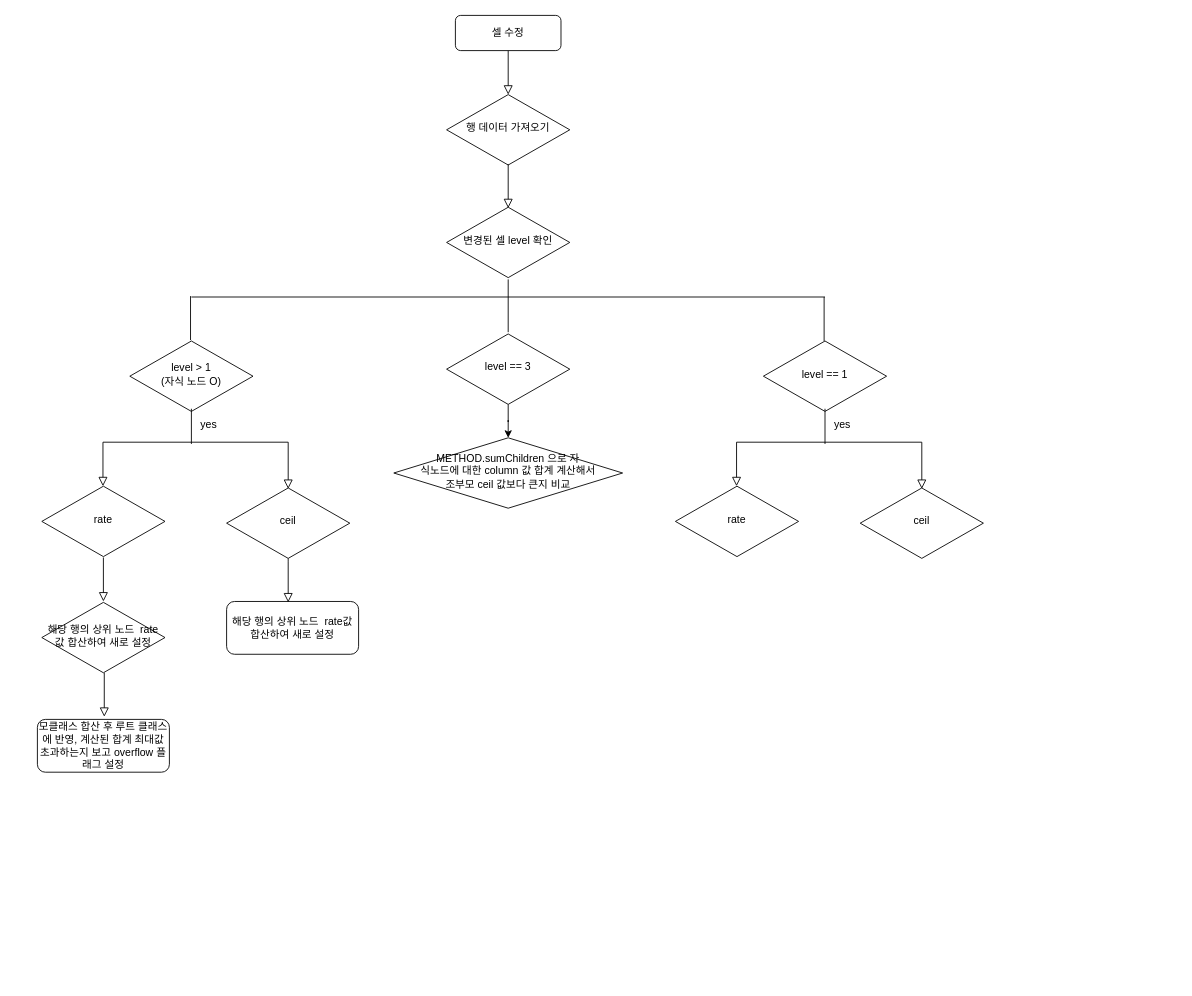
MJKOOTHEFIRST/local1 keeps this draw.io diagram as afterSaveCell.drawio. Above is the earlier version. Source tidied: cells renumbered, new cells numbered last; positions are measured from the earlier drawing's top-left corner, leaving out a move shared by most shapes. Both pictures are drawn from the tidied source at 88%, with x=0, y=0 at pixel (37, 15).
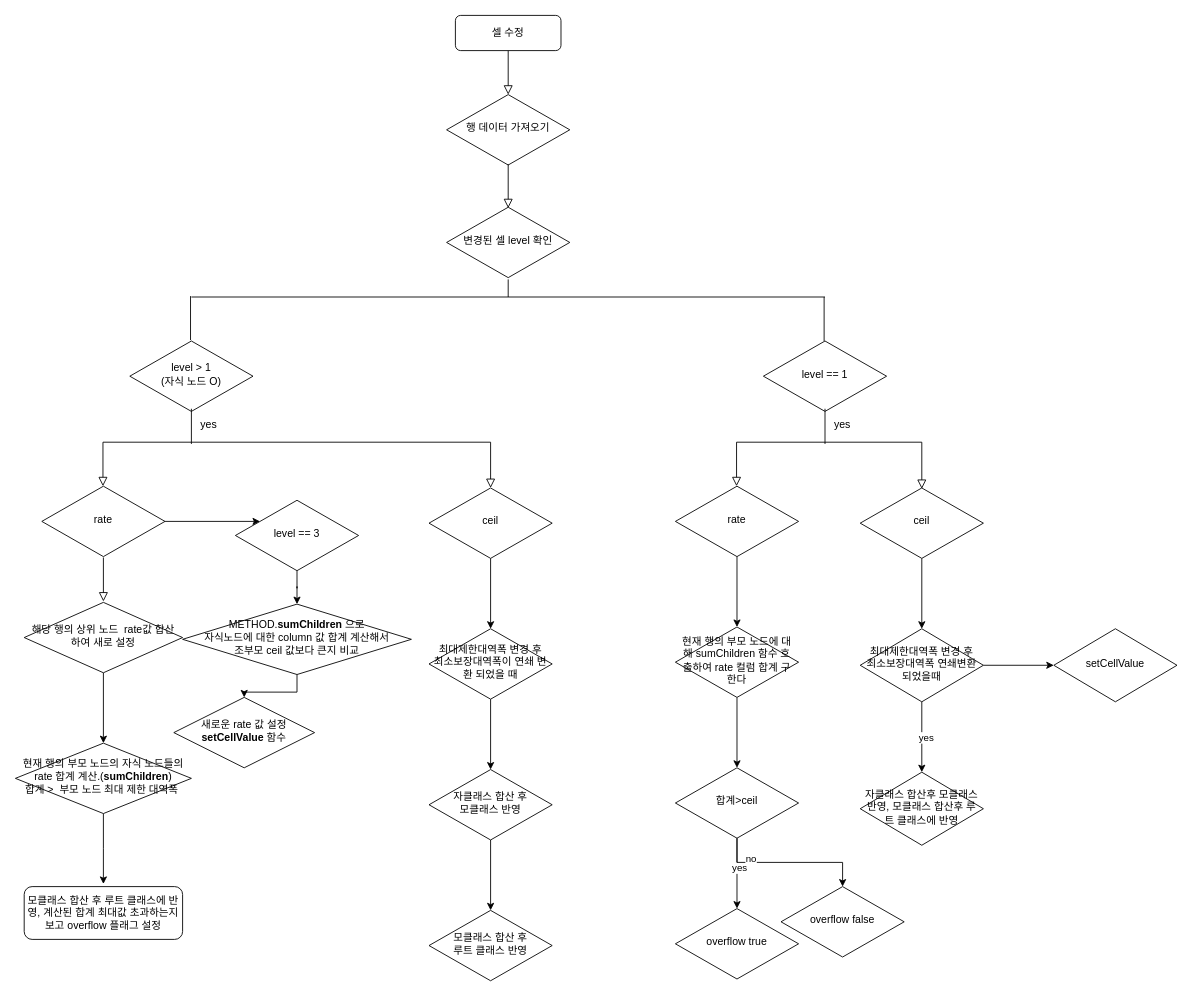
After the change.

The change refers to these unchanged cells:
```xml
<mxCell id="9" value="rate" style="rhombus;whiteSpace=wrap;html=1;shadow=0;fontFamily=Helvetica;fontSize=12;align=center;strokeWidth=1;spacing=6;spacingTop=-4;" parent="1" vertex="1">
  <mxGeometry x="5" y="535" width="140" height="80" as="geometry" />
</mxCell>
<mxCell id="23" value="rate" style="rhombus;whiteSpace=wrap;html=1;shadow=0;fontFamily=Helvetica;fontSize=12;align=center;strokeWidth=1;spacing=6;spacingTop=-4;" parent="1" vertex="1">
  <mxGeometry x="725" y="535" width="140" height="80" as="geometry" />
</mxCell>
<mxCell id="26" value="ceil" style="rhombus;whiteSpace=wrap;html=1;shadow=0;fontFamily=Helvetica;fontSize=12;align=center;strokeWidth=1;spacing=6;spacingTop=-4;" parent="1" vertex="1">
  <mxGeometry x="935" y="537" width="140" height="80" as="geometry" />
</mxCell>
```

The edit, as a diff of the source:
```diff
@@
+    <mxCell id="34" style="edgeStyle=orthogonalEdgeStyle;rounded=0;jettySize=auto;html=1;" parent="1" edge="1" source="9" target="19">
+      <mxGeometry relative="1" as="geometry">
+        <Array as="points">
+          <mxPoint x="225" y="570" />
+          <mxPoint x="225" y="570" />
+        </Array>
+      </mxGeometry>
+    </mxCell>
@@
-    <mxCell id="11" style="rounded=0;html=1;jettySize=auto;orthogonalLoop=1;fontSize=11;endArrow=block;endFill=0;endSize=8;strokeWidth=1;shadow=0;labelBackgroundColor=none;edgeStyle=orthogonalEdgeStyle;exitX=0.5;exitY=1;exitDx=0;exitDy=0;" parent="1" edge="1">
+    <mxCell id="11" style="rounded=0;html=1;jettySize=auto;fontSize=11;endArrow=block;endFill=0;endSize=8;strokeWidth=1;shadow=0;labelBackgroundColor=none;edgeStyle=orthogonalEdgeStyle;exitX=0.5;exitY=1;exitDx=0;exitDy=0;entryX=0.5;entryY=0;entryDx=0;entryDy=0;" parent="1" edge="1" target="12">
       <mxGeometry relative="1" as="geometry">
         <mxPoint x="175" y="485" as="sourcePoint" />
-        <mxPoint x="285" y="538" as="targetPoint" />
         <Array as="points">
-          <mxPoint x="285" y="485" />
+          <mxPoint x="515" y="485" />
         </Array>
       </mxGeometry>
     </mxCell>
+    <mxCell id="35" style="edgeStyle=orthogonalEdgeStyle;rounded=0;jettySize=auto;html=1;" parent="1" edge="1" source="12" target="59">
+      <mxGeometry relative="1" as="geometry" />
+    </mxCell>
     <mxCell id="12" value="ceil" style="rhombus;whiteSpace=wrap;html=1;shadow=0;fontFamily=Helvetica;fontSize=12;align=center;strokeWidth=1;spacing=6;spacingTop=-4;" parent="1" vertex="1">
-      <mxGeometry x="215" y="537" width="140" height="80" as="geometry" />
+      <mxGeometry x="445" y="537" width="140" height="80" as="geometry" />
     </mxCell>
@@
     <mxCell id="14" style="endArrow=none;html=1;rounded=0;" parent="1" edge="1">
       <mxGeometry relative="1" as="geometry">
-        <mxPoint x="535" y="360" as="sourcePoint" />
+        <mxPoint x="535" y="320" as="sourcePoint" />
         <mxPoint x="535" y="300" as="targetPoint" />
       </mxGeometry>
     </mxCell>
@@
     <mxCell id="19" value="level == 3" style="rhombus;whiteSpace=wrap;html=1;shadow=0;fontFamily=Helvetica;fontSize=12;align=center;strokeWidth=1;spacing=6;spacingTop=-4;" parent="1" vertex="1">
-      <mxGeometry x="465" y="362" width="140" height="80" as="geometry" />
+      <mxGeometry x="225" y="551" width="140" height="80" as="geometry" />
     </mxCell>
+    <mxCell id="36" style="edgeStyle=orthogonalEdgeStyle;rounded=0;jettySize=auto;html=1;" parent="1" edge="1" source="20" target="40">
+      <mxGeometry relative="1" as="geometry" />
+    </mxCell>
-    <mxCell id="20" value="METHOD.sumChildren 으로 자&lt;br&gt;식노드에 대한 column 값 합계 계산해서 &lt;br&gt;조부모 ceil 값보다 큰지 비교" style="rhombus;whiteSpace=wrap;html=1;shadow=0;fontFamily=Helvetica;fontSize=12;align=center;strokeWidth=1;spacing=6;spacingTop=-4;" parent="1" vertex="1">
-      <mxGeometry x="405" y="480" width="260" height="80" as="geometry" />
+    <mxCell id="20" value="METHOD.&lt;b&gt;sumChildren&lt;/b&gt; 으로 &lt;br&gt;자식노드에 대한 column 값 합계 계산해서 &lt;br&gt;조부모 ceil 값보다 큰지 비교" style="rhombus;whiteSpace=wrap;html=1;shadow=0;fontFamily=Helvetica;fontSize=12;align=center;strokeWidth=1;spacing=6;spacingTop=-4;" parent="1" vertex="1">
+      <mxGeometry x="165" y="669" width="260" height="80" as="geometry" />
     </mxCell>
@@
+    <mxCell id="37" style="edgeStyle=orthogonalEdgeStyle;rounded=0;jettySize=auto;html=1;" parent="1" edge="1" source="23" target="42">
+      <mxGeometry relative="1" as="geometry" />
+    </mxCell>
@@
+    <mxCell id="38" style="edgeStyle=orthogonalEdgeStyle;rounded=0;jettySize=auto;html=1;" parent="1" edge="1" source="26" target="53">
+      <mxGeometry relative="1" as="geometry" />
+    </mxCell>
@@
     <mxCell id="29" value="모클래스 합산 후 루트 클래스에 반영, 계산된 합계 최대값 초과하는지 보고 overflow 플래그 설정" style="rounded=1;whiteSpace=wrap;html=1;" parent="1" vertex="1">
-      <mxGeometry y="800" width="150" height="60" as="geometry" />
+      <mxGeometry x="-15" y="990" width="180" height="60" as="geometry" />
     </mxCell>
-    <mxCell id="30" value="해당 행의 상위 노드&amp;nbsp; rate값 합산하여 새로 설정" style="rounded=1;whiteSpace=wrap;html=1;" parent="1" vertex="1">
-      <mxGeometry x="215" y="666" width="150" height="60" as="geometry" />
-    </mxCell>
-    <mxCell id="31" style="rounded=0;html=1;jettySize=auto;orthogonalLoop=1;fontSize=11;endArrow=block;endFill=0;endSize=8;strokeWidth=1;shadow=0;labelBackgroundColor=none;edgeStyle=orthogonalEdgeStyle;" parent="1" edge="1">
-      <mxGeometry relative="1" as="geometry">
-        <mxPoint x="285" y="617" as="sourcePoint" />
-        <mxPoint x="285" y="667" as="targetPoint" />
-        <Array as="points">
-          <mxPoint x="285" y="621" />
-          <mxPoint x="285" y="621" />
-        </Array>
-      </mxGeometry>
-    </mxCell>
+    <mxCell id="39" style="edgeStyle=orthogonalEdgeStyle;rounded=0;jettySize=auto;html=1;" parent="1" edge="1" source="32" target="57">
+      <mxGeometry relative="1" as="geometry" />
+    </mxCell>
     <mxCell id="32" value="해당 행의 상위 노드&amp;nbsp; rate값 합산하여 새로 설정" style="rhombus;whiteSpace=wrap;html=1;shadow=0;fontFamily=Helvetica;fontSize=12;align=center;strokeWidth=1;spacing=6;spacingTop=-4;" parent="1" vertex="1">
-      <mxGeometry x="5" y="667" width="140" height="80" as="geometry" />
+      <mxGeometry x="-15" y="667" width="180" height="80" as="geometry" />
     </mxCell>
-    <mxCell id="33" style="rounded=0;html=1;jettySize=auto;orthogonalLoop=1;fontSize=11;endArrow=block;endFill=0;endSize=8;strokeWidth=1;shadow=0;labelBackgroundColor=none;edgeStyle=orthogonalEdgeStyle;" parent="1" edge="1">
-      <mxGeometry relative="1" as="geometry">
-        <mxPoint x="76" y="747" as="sourcePoint" />
-        <mxPoint x="76" y="797" as="targetPoint" />
-      </mxGeometry>
-    </mxCell>
+    <mxCell id="40" value="새로운 rate 값 설정&lt;br&gt;&lt;b&gt;setCellValue&lt;/b&gt; 함수" style="rhombus;whiteSpace=wrap;html=1;shadow=0;fontFamily=Helvetica;fontSize=12;align=center;strokeWidth=1;spacing=6;spacingTop=-4;" parent="1" vertex="1">
+      <mxGeometry x="155" y="775" width="160" height="80" as="geometry" />
+    </mxCell>
+    <mxCell id="41" style="edgeStyle=orthogonalEdgeStyle;rounded=0;jettySize=auto;html=1;" parent="1" edge="1" source="42" target="47">
+      <mxGeometry relative="1" as="geometry" />
+    </mxCell>
+    <mxCell id="42" value="현재 행의 부모 노드에 대해 sumChildren 함수 호출하여 rate 컬럼 합계 구한다" style="rhombus;whiteSpace=wrap;html=1;shadow=0;fontFamily=Helvetica;fontSize=12;align=center;strokeWidth=1;spacing=6;spacingTop=-4;" parent="1" vertex="1">
+      <mxGeometry x="725" y="695" width="140" height="80" as="geometry" />
+    </mxCell>
+    <mxCell id="43" style="edgeStyle=orthogonalEdgeStyle;rounded=0;jettySize=auto;html=1;" parent="1" edge="1" source="47" target="48">
+      <mxGeometry relative="1" as="geometry" />
+    </mxCell>
+    <mxCell id="44" value="yes" style="edgeLabel;html=1;align=center;verticalAlign=middle;" parent="43" vertex="1">
+      <mxGeometry x="-0.17" y="2" relative="1" as="geometry" />
+    </mxCell>
+    <mxCell id="45" style="edgeStyle=orthogonalEdgeStyle;rounded=0;jettySize=auto;html=1;" parent="1" edge="1" source="47" target="49">
+      <mxGeometry relative="1" as="geometry" />
+    </mxCell>
+    <mxCell id="46" value="no" style="edgeLabel;html=1;align=center;verticalAlign=middle;" parent="45" vertex="1">
+      <mxGeometry x="-0.51" y="4" relative="1" as="geometry" />
+    </mxCell>
+    <mxCell id="47" value="합계&amp;gt;ceil" style="rhombus;whiteSpace=wrap;html=1;shadow=0;fontFamily=Helvetica;fontSize=12;align=center;strokeWidth=1;spacing=6;spacingTop=-4;" parent="1" vertex="1">
+      <mxGeometry x="725" y="855" width="140" height="80" as="geometry" />
+    </mxCell>
+    <mxCell id="48" value="overflow true" style="rhombus;whiteSpace=wrap;html=1;shadow=0;fontFamily=Helvetica;fontSize=12;align=center;strokeWidth=1;spacing=6;spacingTop=-4;" parent="1" vertex="1">
+      <mxGeometry x="725" y="1015" width="140" height="80" as="geometry" />
+    </mxCell>
+    <mxCell id="49" value="overflow false" style="rhombus;whiteSpace=wrap;html=1;shadow=0;fontFamily=Helvetica;fontSize=12;align=center;strokeWidth=1;spacing=6;spacingTop=-4;" parent="1" vertex="1">
+      <mxGeometry x="845" y="990" width="140" height="80" as="geometry" />
+    </mxCell>
+    <mxCell id="50" style="edgeStyle=orthogonalEdgeStyle;rounded=0;jettySize=auto;html=1;" parent="1" edge="1" source="53" target="54">
+      <mxGeometry relative="1" as="geometry" />
+    </mxCell>
+    <mxCell id="51" value="yes" style="edgeLabel;html=1;align=center;verticalAlign=middle;" parent="50" vertex="1">
+      <mxGeometry y="4" relative="1" as="geometry" />
+    </mxCell>
+    <mxCell id="52" style="edgeStyle=orthogonalEdgeStyle;rounded=0;jettySize=auto;html=1;" parent="1" edge="1" source="53" target="55">
+      <mxGeometry relative="1" as="geometry" />
+    </mxCell>
+    <mxCell id="53" value="최대제한대역폭 변경 후 최소보장대역폭 연쇄변환되었을때" style="rhombus;whiteSpace=wrap;html=1;shadow=0;fontFamily=Helvetica;fontSize=12;align=center;strokeWidth=1;spacing=6;spacingTop=-4;" parent="1" vertex="1">
+      <mxGeometry x="935" y="697" width="140" height="83" as="geometry" />
+    </mxCell>
+    <mxCell id="54" value="자클래스 합산후 모클래스 반영, 모클래스 합산후 루트 클래스에 반영" style="rhombus;whiteSpace=wrap;html=1;shadow=0;fontFamily=Helvetica;fontSize=12;align=center;strokeWidth=1;spacing=6;spacingTop=-4;" parent="1" vertex="1">
+      <mxGeometry x="935" y="860" width="140" height="83" as="geometry" />
+    </mxCell>
+    <mxCell id="55" value="setCellValue" style="rhombus;whiteSpace=wrap;html=1;shadow=0;fontFamily=Helvetica;fontSize=12;align=center;strokeWidth=1;spacing=6;spacingTop=-4;" parent="1" vertex="1">
+      <mxGeometry x="1155" y="697" width="140" height="83" as="geometry" />
+    </mxCell>
+    <mxCell id="56" style="edgeStyle=orthogonalEdgeStyle;rounded=0;jettySize=auto;html=1;" parent="1" edge="1" source="57">
+      <mxGeometry relative="1" as="geometry">
+        <mxPoint x="75" y="987" as="targetPoint" />
+      </mxGeometry>
+    </mxCell>
+    <mxCell id="57" value="현재 행의 부모 노드의 자식 노드들의 rate 합계 계산.(&lt;b&gt;sumChildren&lt;/b&gt;)&lt;br&gt;합계 &amp;gt;&amp;nbsp; 부모 노드 최대 제한 대역폭&amp;nbsp;" style="rhombus;whiteSpace=wrap;html=1;shadow=0;fontFamily=Helvetica;fontSize=12;align=center;strokeWidth=1;spacing=6;spacingTop=-4;" parent="1" vertex="1">
+      <mxGeometry x="-25" y="827" width="200" height="80" as="geometry" />
+    </mxCell>
+    <mxCell id="58" style="edgeStyle=orthogonalEdgeStyle;rounded=0;jettySize=auto;html=1;" parent="1" edge="1" source="59" target="61">
+      <mxGeometry relative="1" as="geometry" />
+    </mxCell>
+    <mxCell id="59" value="최대제한대역폭 변경 후 최소보장대역폭이 연쇄 변환 되었을 때" style="rhombus;whiteSpace=wrap;html=1;shadow=0;fontFamily=Helvetica;fontSize=12;align=center;strokeWidth=1;spacing=6;spacingTop=-4;" parent="1" vertex="1">
+      <mxGeometry x="445" y="697" width="140" height="80" as="geometry" />
+    </mxCell>
+    <mxCell id="60" style="edgeStyle=orthogonalEdgeStyle;rounded=0;jettySize=auto;html=1;" parent="1" edge="1" source="61" target="62">
+      <mxGeometry relative="1" as="geometry" />
+    </mxCell>
+    <mxCell id="61" value="자클래스 합산 후 &lt;br&gt;모클래스 반영" style="rhombus;whiteSpace=wrap;html=1;shadow=0;fontFamily=Helvetica;fontSize=12;align=center;strokeWidth=1;spacing=6;spacingTop=-4;" parent="1" vertex="1">
+      <mxGeometry x="445" y="857" width="140" height="80" as="geometry" />
+    </mxCell>
+    <mxCell id="62" value="모클래스 합산 후 &lt;br&gt;루트 클래스 반영" style="rhombus;whiteSpace=wrap;html=1;shadow=0;fontFamily=Helvetica;fontSize=12;align=center;strokeWidth=1;spacing=6;spacingTop=-4;" parent="1" vertex="1">
+      <mxGeometry x="445" y="1017" width="140" height="80" as="geometry" />
+    </mxCell>
```
